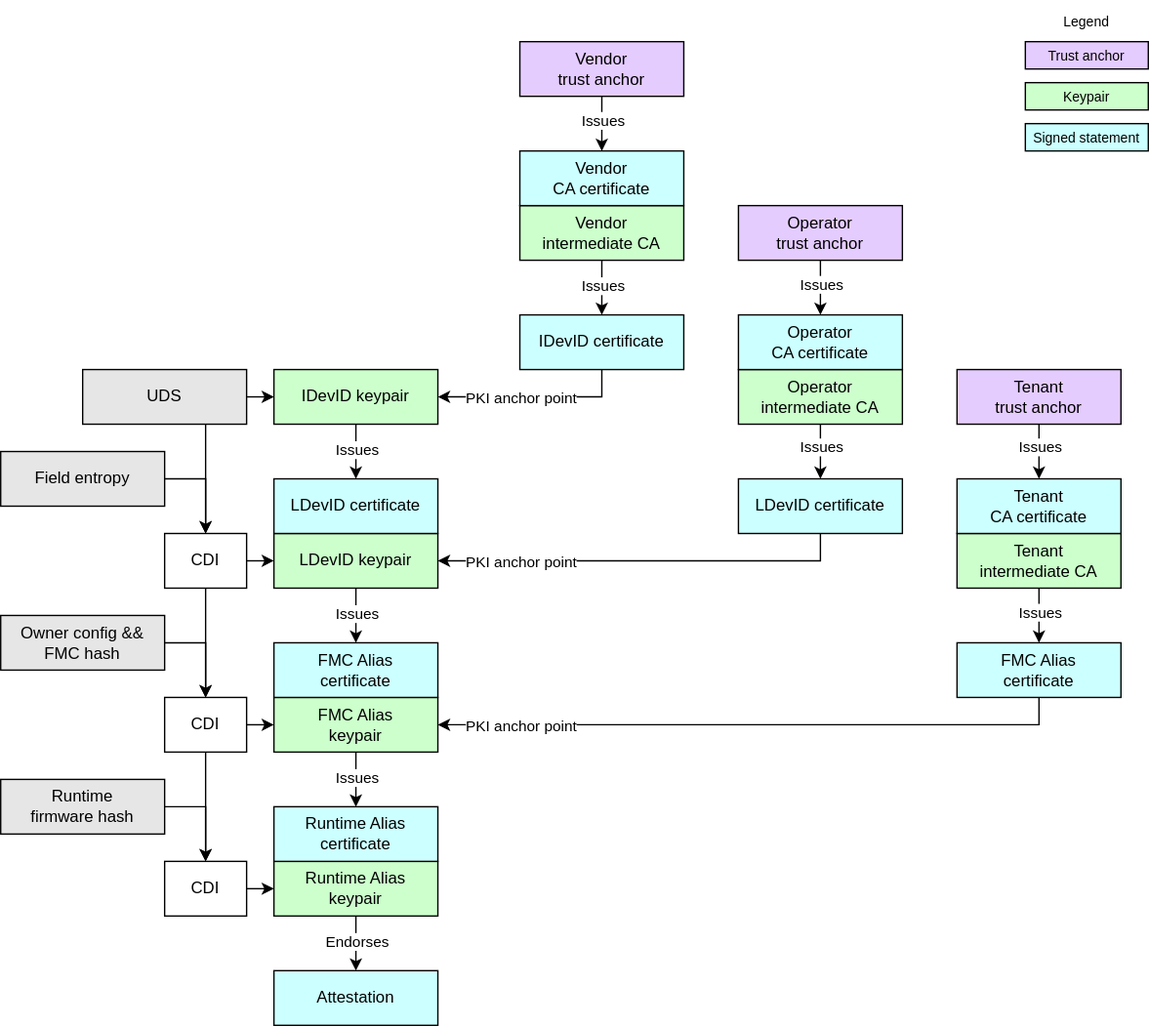
opencomputeproject/Security keeps this draw.io diagram as specifications/device-trust-anchor-management/diagrams/tenant_anchor_point.drawio.svg. Above is the earlier version. Source tidied: cells renumbered, new cells last; positions are measured from the earlier drawing's top-left corner, leaving out a move shared by most shapes.
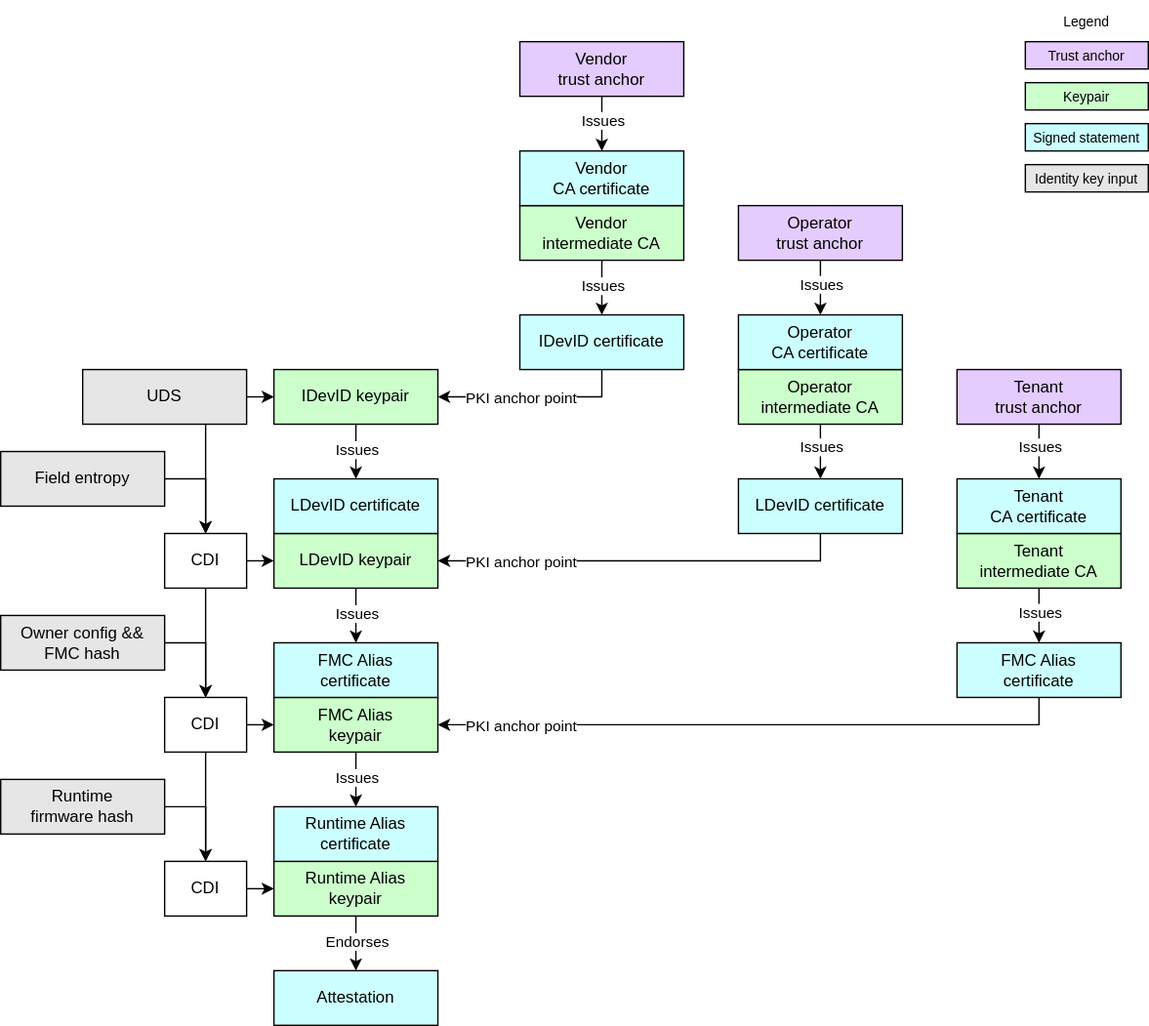
Later version of the same file.

Commit message:
Fix legend for tenant anchor point diagram.

Change to the diagram source:
```diff
@@ -226,5 +226,8 @@
     <mxCell id="69" value="Operator&lt;div&gt;trust anchor&lt;/div&gt;" style="rounded=0;whiteSpace=wrap;html=1;align=center;verticalAlign=middle;shadow=0;glass=0;spacingLeft=0;spacingBottom=0;spacingTop=0;fillColor=#E5CCFF;" parent="1" vertex="1">
       <mxGeometry x="540" y="150" width="120" height="40" as="geometry" />
     </mxCell>
+    <mxCell id="70" value="&lt;div&gt;&lt;font color=&quot;#000000&quot;&gt;Identity key input&lt;/font&gt;&lt;/div&gt;" style="rounded=0;whiteSpace=wrap;html=1;align=center;verticalAlign=middle;shadow=0;glass=0;spacingLeft=0;spacingBottom=0;spacingTop=0;fillColor=#E6E6E6;fontSize=10;" parent="1" vertex="1">
+      <mxGeometry x="750" y="120" width="90" height="20" as="geometry" />
+    </mxCell>
   </root>
 </mxGraphModel>
```
